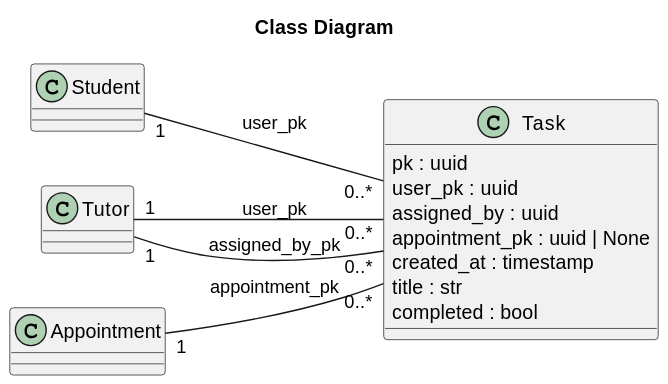
Above: site/diagrams/classes/task.svg in KMBCL/P3_specifications (PlantUML), before the change. Source of this version:
```plantuml
@startuml
title Class Diagram

left to right direction

class Task {
    pk : uuid
    user_pk : uuid
    assigned_by : uuid
    appointment_pk : uuid | None
    created_at : timestamp
    title : str
    completed : bool
}



Student "1" -- "0..*" Task : user_pk
Tutor "1" -- "0..*" Task : user_pk
Tutor "1" -- "0..*" Task : assigned_by_pk

Appointment "1" -- "0..*" Task : appointment_pk
@enduml
```
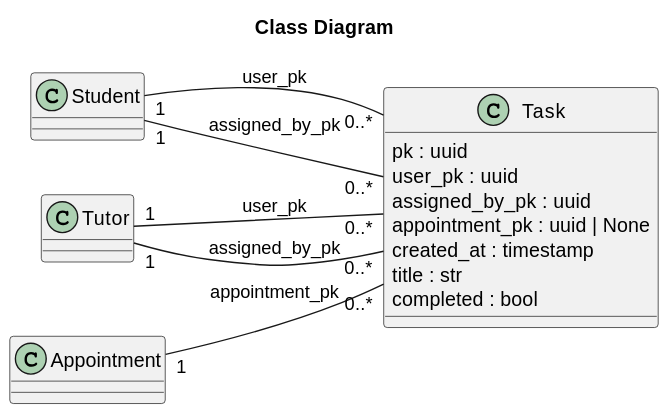
After the commit.

The edit, as a diff of the source:
```diff
@@ -6,7 +6,7 @@
 class Task {
     pk : uuid
     user_pk : uuid
-    assigned_by : uuid
+    assigned_by_pk : uuid
     appointment_pk : uuid | None
     created_at : timestamp
     title : str
@@ -16,6 +16,7 @@
 
 
 Student "1" -- "0..*" Task : user_pk
+Student "1" -- "0..*" Task : assigned_by_pk
 Tutor "1" -- "0..*" Task : user_pk
 Tutor "1" -- "0..*" Task : assigned_by_pk
 
```
